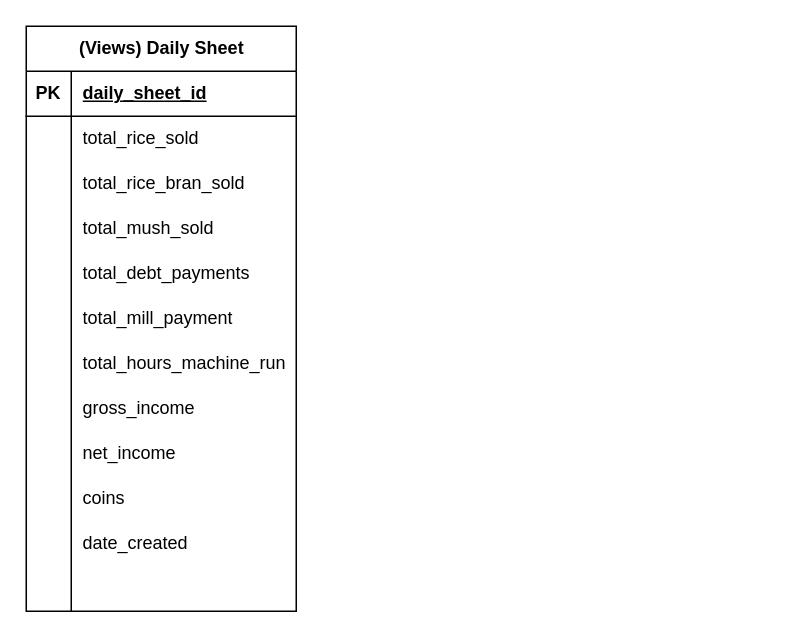
mmdc-j-abejo/abejo-rice-mill keeps this draw.io diagram as page "VIEWS" (2 of 2) of Entity Relationship Diagram.drawio. Above is the earlier version. Source tidied: cells renumbered, new cells numbered last; positions are measured from the earlier drawing's top-left corner, leaving out a move shared by most shapes. Both pictures are drawn from the tidied source at 150%, with x=0, y=0 at pixel (26, 26).
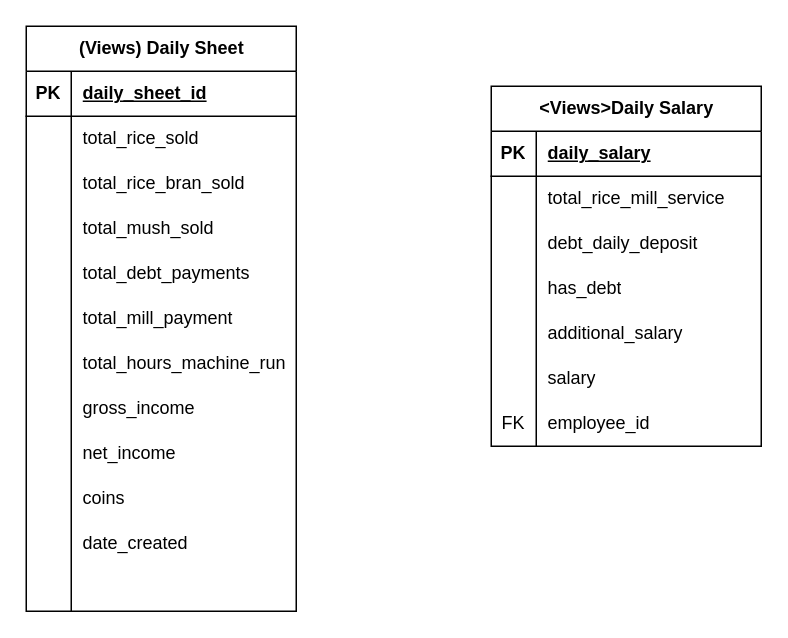
The same page after the edit.

The edit, as a diff of the source:
```diff
@@
+    <mxCell id="39" value="&amp;lt;Views&amp;gt;Daily Salary" style="shape=table;startSize=30;childLayout=tableLayout;rowLines=0;fontStyle=1;align=center;html=1;" parent="1" vertex="1">
+      <mxGeometry x="310" y="40" width="180" height="240" as="geometry" />
+    </mxCell>
+    <mxCell id="40" style="shape=tableRow;horizontal=0;startSize=0;swimlaneHead=0;swimlaneBody=0;fillColor=none;top=0;left=0;right=0;bottom=1;" parent="39" vertex="1">
+      <mxGeometry y="30" width="180" height="30" as="geometry" />
+    </mxCell>
+    <mxCell id="41" value="PK" style="shape=partialRectangle;fillColor=none;top=0;left=0;bottom=0;right=0;fontStyle=1;overflow=hidden;whiteSpace=wrap;html=1;" parent="40" vertex="1">
+      <mxGeometry width="30" height="30" as="geometry" />
+    </mxCell>
+    <mxCell id="42" value="daily_salary" style="shape=partialRectangle;fillColor=none;top=0;left=0;bottom=0;right=0;align=left;spacingLeft=6;fontStyle=5;overflow=hidden;whiteSpace=wrap;html=1;" parent="40" vertex="1">
+      <mxGeometry x="30" width="150" height="30" as="geometry" />
+    </mxCell>
+    <mxCell id="43" style="shape=tableRow;horizontal=0;startSize=0;swimlaneHead=0;swimlaneBody=0;fillColor=none;top=0;left=0;right=0;bottom=0;" parent="39" vertex="1">
+      <mxGeometry y="60" width="180" height="30" as="geometry" />
+    </mxCell>
+    <mxCell id="44" style="shape=partialRectangle;fillColor=none;top=0;left=0;bottom=0;right=0;overflow=hidden;whiteSpace=wrap;html=1;" parent="43" vertex="1">
+      <mxGeometry width="30" height="30" as="geometry" />
+    </mxCell>
+    <mxCell id="45" value="total_rice_mill_service" style="shape=partialRectangle;fillColor=none;top=0;left=0;bottom=0;right=0;align=left;spacingLeft=6;overflow=hidden;whiteSpace=wrap;html=1;" parent="43" vertex="1">
+      <mxGeometry x="30" width="150" height="30" as="geometry" />
+    </mxCell>
+    <mxCell id="46" style="shape=tableRow;horizontal=0;startSize=0;swimlaneHead=0;swimlaneBody=0;fillColor=none;top=0;left=0;right=0;bottom=0;" parent="39" vertex="1">
+      <mxGeometry y="90" width="180" height="30" as="geometry" />
+    </mxCell>
+    <mxCell id="47" style="shape=partialRectangle;fillColor=none;top=0;left=0;bottom=0;right=0;overflow=hidden;whiteSpace=wrap;html=1;" parent="46" vertex="1">
+      <mxGeometry width="30" height="30" as="geometry" />
+    </mxCell>
+    <mxCell id="48" value="debt_daily_deposit" style="shape=partialRectangle;fillColor=none;top=0;left=0;bottom=0;right=0;align=left;spacingLeft=6;overflow=hidden;whiteSpace=wrap;html=1;" parent="46" vertex="1">
+      <mxGeometry x="30" width="150" height="30" as="geometry" />
+    </mxCell>
+    <mxCell id="49" style="shape=tableRow;horizontal=0;startSize=0;swimlaneHead=0;swimlaneBody=0;fillColor=none;top=0;left=0;right=0;bottom=0;" parent="39" vertex="1">
+      <mxGeometry y="120" width="180" height="30" as="geometry" />
+    </mxCell>
+    <mxCell id="50" style="shape=partialRectangle;fillColor=none;top=0;left=0;bottom=0;right=0;overflow=hidden;whiteSpace=wrap;html=1;" parent="49" vertex="1">
+      <mxGeometry width="30" height="30" as="geometry" />
+    </mxCell>
+    <mxCell id="51" value="has_debt" style="shape=partialRectangle;fillColor=none;top=0;left=0;bottom=0;right=0;align=left;spacingLeft=6;overflow=hidden;whiteSpace=wrap;html=1;" parent="49" vertex="1">
+      <mxGeometry x="30" width="150" height="30" as="geometry" />
+    </mxCell>
+    <mxCell id="52" style="shape=tableRow;horizontal=0;startSize=0;swimlaneHead=0;swimlaneBody=0;fillColor=none;top=0;left=0;right=0;bottom=0;" parent="39" vertex="1">
+      <mxGeometry y="150" width="180" height="30" as="geometry" />
+    </mxCell>
+    <mxCell id="53" style="shape=partialRectangle;fillColor=none;top=0;left=0;bottom=0;right=0;overflow=hidden;whiteSpace=wrap;html=1;" parent="52" vertex="1">
+      <mxGeometry width="30" height="30" as="geometry" />
+    </mxCell>
+    <mxCell id="54" value="additional_salary" style="shape=partialRectangle;fillColor=none;top=0;left=0;bottom=0;right=0;align=left;spacingLeft=6;overflow=hidden;whiteSpace=wrap;html=1;" parent="52" vertex="1">
+      <mxGeometry x="30" width="150" height="30" as="geometry" />
+    </mxCell>
+    <mxCell id="55" style="shape=tableRow;horizontal=0;startSize=0;swimlaneHead=0;swimlaneBody=0;fillColor=none;top=0;left=0;right=0;bottom=0;" parent="39" vertex="1">
+      <mxGeometry y="180" width="180" height="30" as="geometry" />
+    </mxCell>
+    <mxCell id="56" style="shape=partialRectangle;fillColor=none;top=0;left=0;bottom=0;right=0;overflow=hidden;whiteSpace=wrap;html=1;" parent="55" vertex="1">
+      <mxGeometry width="30" height="30" as="geometry" />
+    </mxCell>
+    <mxCell id="57" value="salary" style="shape=partialRectangle;fillColor=none;top=0;left=0;bottom=0;right=0;align=left;spacingLeft=6;overflow=hidden;whiteSpace=wrap;html=1;" parent="55" vertex="1">
+      <mxGeometry x="30" width="150" height="30" as="geometry" />
+    </mxCell>
+    <mxCell id="58" style="shape=tableRow;horizontal=0;startSize=0;swimlaneHead=0;swimlaneBody=0;fillColor=none;top=0;left=0;right=0;bottom=0;" parent="39" vertex="1">
+      <mxGeometry y="210" width="180" height="30" as="geometry" />
+    </mxCell>
+    <mxCell id="59" value="FK" style="shape=partialRectangle;fillColor=none;top=0;left=0;bottom=0;right=0;overflow=hidden;whiteSpace=wrap;html=1;" parent="58" vertex="1">
+      <mxGeometry width="30" height="30" as="geometry" />
+    </mxCell>
+    <mxCell id="60" value="employee_id" style="shape=partialRectangle;fillColor=none;top=0;left=0;bottom=0;right=0;align=left;spacingLeft=6;overflow=hidden;whiteSpace=wrap;html=1;" parent="58" vertex="1">
+      <mxGeometry x="30" width="150" height="30" as="geometry" />
+    </mxCell>
```
